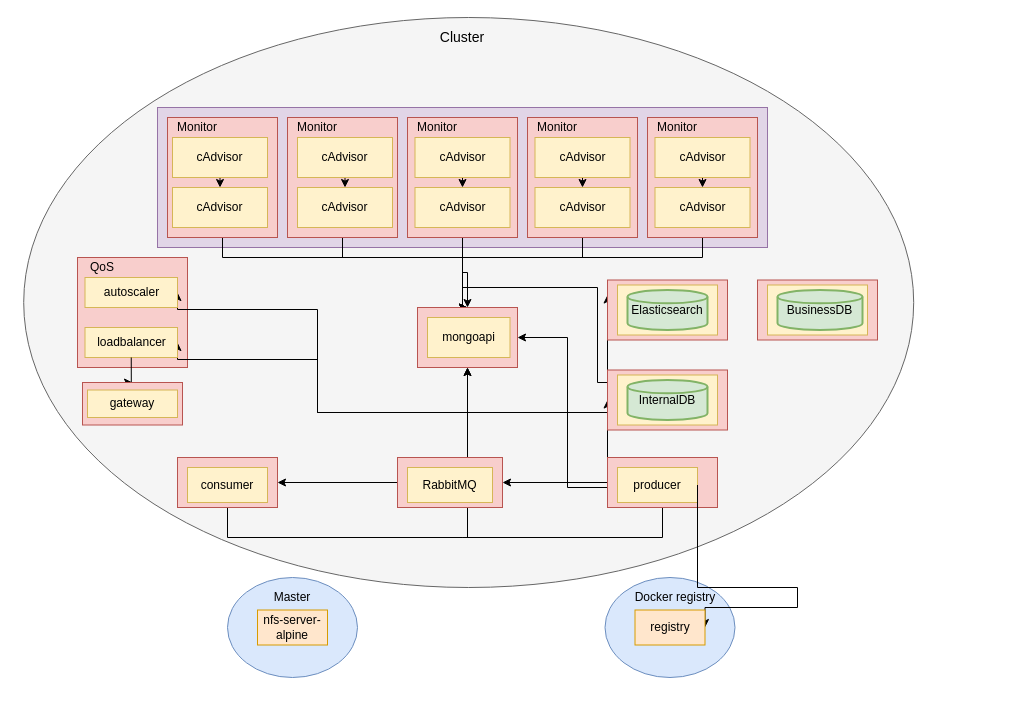
gcd-cloud-research/EQoS keeps this draw.io diagram as InternalServices.drawio. Above is the earlier version. Source tidied: cells renumbered, new cells numbered last; positions are measured from the earlier drawing's top-left corner, leaving out a move shared by most shapes. Both pictures are drawn from the tidied source at 100%, with x=0, y=0 at pixel (23, 17).
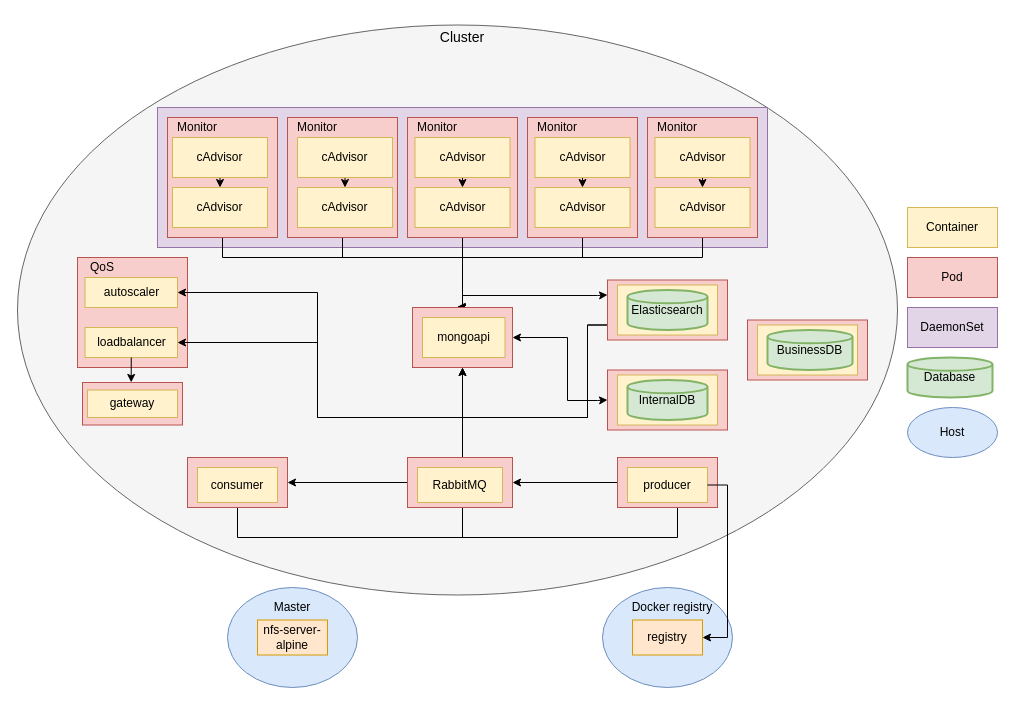
The same page after the edit.

Unchanged cells that the change refers to:
```xml
<mxCell id="6" style="rounded=0;whiteSpace=wrap;html=1;fillColor=#f8cecc;strokeColor=#b85450;" parent="1" vertex="1">
  <mxGeometry x="144" y="100" width="110" height="120" as="geometry" />
</mxCell>
<mxCell id="8" style="rounded=0;whiteSpace=wrap;html=1;fillColor=#f8cecc;strokeColor=#b85450;" parent="1" vertex="1">
  <mxGeometry x="264" y="100" width="110" height="120" as="geometry" />
</mxCell>
<mxCell id="11" style="rounded=0;whiteSpace=wrap;html=1;fillColor=#f8cecc;strokeColor=#b85450;" parent="1" vertex="1">
  <mxGeometry x="384" y="100" width="110" height="120" as="geometry" />
</mxCell>
<mxCell id="13" style="rounded=0;whiteSpace=wrap;html=1;fillColor=#f8cecc;strokeColor=#b85450;" parent="1" vertex="1">
  <mxGeometry x="504" y="100" width="110" height="120" as="geometry" />
</mxCell>
<mxCell id="15" style="rounded=0;whiteSpace=wrap;html=1;fillColor=#f8cecc;strokeColor=#b85450;" parent="1" vertex="1">
  <mxGeometry x="624" y="100" width="110" height="120" as="geometry" />
</mxCell>
<mxCell id="38" value="autoscaler" style="rounded=0;whiteSpace=wrap;html=1;fillColor=#fff2cc;strokeColor=#d6b656;" parent="1" vertex="1">
  <mxGeometry x="61.5" y="260" width="92.5" height="30" as="geometry" />
</mxCell>
<mxCell id="40" value="loadbalancer" style="rounded=0;whiteSpace=wrap;html=1;fillColor=#fff2cc;strokeColor=#d6b656;" parent="1" vertex="1">
  <mxGeometry x="61.5" y="310" width="92.5" height="30" as="geometry" />
</mxCell>
<mxCell id="47" style="rounded=0;whiteSpace=wrap;html=1;fillColor=#f8cecc;strokeColor=#b85450;" parent="1" vertex="1">
  <mxGeometry x="584" y="352.5" width="120" height="60" as="geometry" />
</mxCell>
<mxCell id="50" style="rounded=0;whiteSpace=wrap;html=1;fillColor=#f8cecc;strokeColor=#b85450;" parent="1" vertex="1">
  <mxGeometry x="584" y="262.5" width="120" height="60" as="geometry" />
</mxCell>
<mxCell id="65" style="rounded=0;whiteSpace=wrap;html=1;fillColor=#f8cecc;strokeColor=#b85450;" parent="1" vertex="1">
  <mxGeometry x="59" y="365" width="100" height="42.5" as="geometry" />
</mxCell>
```

What changed in the source:
```diff
@@
     <mxCell id="2" style="ellipse;whiteSpace=wrap;html=1;fillColor=#f5f5f5;strokeColor=#666666;fontColor=#333333;" parent="1" vertex="1">
-      <mxGeometry x="0.2" width="890" height="570" as="geometry" />
+      <mxGeometry x="-6" y="7.5" width="880" height="570" as="geometry" />
     </mxCell>
@@
-    <mxCell id="5" style="edgeStyle=orthogonalEdgeStyle;rounded=0;jettySize=auto;html=1;exitX=0.5;exitY=1;exitDx=0;exitDy=0;entryX=0.5;entryY=0;entryDx=0;entryDy=0;" parent="1" edge="1" source="6" target="45">
+    <mxCell id="5" style="edgeStyle=orthogonalEdgeStyle;rounded=0;jettySize=auto;html=1;exitX=0.5;exitY=1;exitDx=0;exitDy=0;entryX=0.451;entryY=0.001;entryDx=0;entryDy=0;entryPerimeter=0;" parent="1" edge="1" source="6" target="45">
       <mxGeometry relative="1" as="geometry">
         <Array as="points">
           <mxPoint x="199" y="240" />
           <mxPoint x="439" y="240" />
         </Array>
       </mxGeometry>
     </mxCell>
@@
-    <mxCell id="7" style="edgeStyle=orthogonalEdgeStyle;rounded=0;jettySize=auto;html=1;exitX=0.5;exitY=1;exitDx=0;exitDy=0;entryX=0.5;entryY=0;entryDx=0;entryDy=0;" parent="1" edge="1" source="8" target="45">
+    <mxCell id="7" style="edgeStyle=orthogonalEdgeStyle;rounded=0;jettySize=auto;html=1;exitX=0.5;exitY=1;exitDx=0;exitDy=0;entryX=0.45;entryY=0.004;entryDx=0;entryDy=0;entryPerimeter=0;" parent="1" edge="1" source="8" target="45">
       <mxGeometry relative="1" as="geometry">
         <Array as="points">
           <mxPoint x="319" y="240" />
           <mxPoint x="439" y="240" />
         </Array>
       </mxGeometry>
     </mxCell>
@@
-    <mxCell id="9" style="edgeStyle=orthogonalEdgeStyle;rounded=0;jettySize=auto;html=1;exitX=0.5;exitY=1;exitDx=0;exitDy=0;entryX=0.5;entryY=0;entryDx=0;entryDy=0;" parent="1" edge="1" source="11" target="45">
-      <mxGeometry relative="1" as="geometry" />
+    <mxCell id="9" style="edgeStyle=orthogonalEdgeStyle;rounded=0;jettySize=auto;html=1;exitX=0.5;exitY=1;exitDx=0;exitDy=0;entryX=0.451;entryY=0.002;entryDx=0;entryDy=0;entryPerimeter=0;" parent="1" edge="1" source="11" target="45">
+      <mxGeometry relative="1" as="geometry">
+        <Array as="points">
+          <mxPoint x="439" y="290" />
+          <mxPoint x="439" y="290" />
+        </Array>
+      </mxGeometry>
     </mxCell>
     <mxCell id="10" style="edgeStyle=orthogonalEdgeStyle;rounded=0;jettySize=auto;html=1;exitX=0.5;exitY=1;exitDx=0;exitDy=0;entryX=0;entryY=0.25;entryDx=0;entryDy=0;startArrow=none;startFill=0;" parent="1" edge="1" source="11" target="50">
       <mxGeometry relative="1" as="geometry">
         <Array as="points">
-          <mxPoint x="439" y="270" />
-          <mxPoint x="574" y="270" />
-          <mxPoint x="574" y="365" />
+          <mxPoint x="439" y="278" />
+          <mxPoint x="574" y="278" />
         </Array>
       </mxGeometry>
     </mxCell>
@@
-    <mxCell id="12" style="edgeStyle=orthogonalEdgeStyle;rounded=0;jettySize=auto;html=1;exitX=0.5;exitY=1;exitDx=0;exitDy=0;entryX=0.5;entryY=0;entryDx=0;entryDy=0;" parent="1" edge="1" source="13" target="45">
+    <mxCell id="12" style="edgeStyle=orthogonalEdgeStyle;rounded=0;jettySize=auto;html=1;exitX=0.5;exitY=1;exitDx=0;exitDy=0;entryX=0.451;entryY=0.002;entryDx=0;entryDy=0;entryPerimeter=0;" parent="1" edge="1" source="13" target="45">
       <mxGeometry relative="1" as="geometry">
         <Array as="points">
           <mxPoint x="559" y="240" />
           <mxPoint x="439" y="240" />
         </Array>
       </mxGeometry>
     </mxCell>
@@
-    <mxCell id="14" style="edgeStyle=orthogonalEdgeStyle;rounded=0;jettySize=auto;html=1;exitX=0.5;exitY=1;exitDx=0;exitDy=0;entryX=0.5;entryY=0;entryDx=0;entryDy=0;" parent="1" edge="1" source="15" target="45">
+    <mxCell id="14" style="edgeStyle=orthogonalEdgeStyle;rounded=0;jettySize=auto;html=1;exitX=0.5;exitY=1;exitDx=0;exitDy=0;entryX=0.443;entryY=-0.008;entryDx=0;entryDy=0;entryPerimeter=0;" parent="1" edge="1" source="15" target="45">
       <mxGeometry relative="1" as="geometry">
         <Array as="points">
           <mxPoint x="679" y="240" />
           <mxPoint x="439" y="240" />
+          <mxPoint x="439" y="290" />
         </Array>
       </mxGeometry>
     </mxCell>
@@
     <mxCell id="37" style="edgeStyle=orthogonalEdgeStyle;rounded=0;jettySize=auto;html=1;exitX=1;exitY=0.5;exitDx=0;exitDy=0;entryX=0;entryY=0.75;entryDx=0;entryDy=0;startArrow=classic;startFill=1;endArrow=none;endFill=0;" parent="1" edge="1" source="38" target="50">
       <mxGeometry relative="1" as="geometry">
         <Array as="points">
-          <mxPoint x="294" y="292" />
-          <mxPoint x="294" y="395" />
+          <mxPoint x="294" y="275" />
+          <mxPoint x="294" y="400" />
+          <mxPoint x="564" y="400" />
+          <mxPoint x="564" y="308" />
         </Array>
       </mxGeometry>
     </mxCell>
@@
     <mxCell id="39" style="edgeStyle=orthogonalEdgeStyle;rounded=0;jettySize=auto;html=1;exitX=1;exitY=0.5;exitDx=0;exitDy=0;entryX=0;entryY=0.75;entryDx=0;entryDy=0;startArrow=classic;startFill=1;endArrow=none;endFill=0;" parent="1" edge="1" source="40" target="50">
       <mxGeometry relative="1" as="geometry">
         <Array as="points">
-          <mxPoint x="294" y="342" />
-          <mxPoint x="294" y="395" />
+          <mxPoint x="294" y="325" />
+          <mxPoint x="294" y="400" />
+          <mxPoint x="564" y="400" />
+          <mxPoint x="564" y="308" />
         </Array>
       </mxGeometry>
     </mxCell>
@@
     <mxCell id="42" style="edgeStyle=orthogonalEdgeStyle;rounded=0;jettySize=auto;html=1;exitX=1;exitY=0.5;exitDx=0;exitDy=0;entryX=0;entryY=0.5;entryDx=0;entryDy=0;startArrow=classic;startFill=1;" parent="1" edge="1" source="45" target="47">
       <mxGeometry relative="1" as="geometry">
         <Array as="points">
           <mxPoint x="544" y="320" />
-          <mxPoint x="544" y="470" />
+          <mxPoint x="544" y="383" />
+          <mxPoint x="574" y="383" />
         </Array>
       </mxGeometry>
     </mxCell>
@@
     <mxCell id="45" style="rounded=0;whiteSpace=wrap;html=1;fillColor=#f8cecc;strokeColor=#b85450;" parent="1" vertex="1">
-      <mxGeometry x="394" y="290" width="100" height="60" as="geometry" />
+      <mxGeometry x="389" y="290" width="100" height="60" as="geometry" />
     </mxCell>
     <mxCell id="46" value="mongoapi" style="rounded=0;whiteSpace=wrap;html=1;fillColor=#fff2cc;strokeColor=#d6b656;" parent="1" vertex="1">
-      <mxGeometry x="404" y="300" width="82.5" height="40" as="geometry" />
+      <mxGeometry x="399" y="300" width="82.5" height="40" as="geometry" />
     </mxCell>
@@
     <mxCell id="53" style="rounded=0;whiteSpace=wrap;html=1;fillColor=#f8cecc;strokeColor=#b85450;" parent="1" vertex="1">
-      <mxGeometry x="734" y="262.5" width="120" height="60" as="geometry" />
+      <mxGeometry x="724" y="302.5" width="120" height="60" as="geometry" />
     </mxCell>
     <mxCell id="54" style="rounded=0;whiteSpace=wrap;html=1;fillColor=#fff2cc;strokeColor=#d6b656;" parent="1" vertex="1">
-      <mxGeometry x="744" y="267.5" width="100" height="50" as="geometry" />
+      <mxGeometry x="734" y="307.5" width="100" height="50" as="geometry" />
     </mxCell>
     <mxCell id="55" value="&lt;div&gt;BusinessDB&lt;/div&gt;" style="strokeWidth=2;html=1;shape=mxgraph.flowchart.database;whiteSpace=wrap;fillColor=#d5e8d4;strokeColor=#82b366;" parent="1" vertex="1">
-      <mxGeometry x="754" y="272.5" width="85" height="40" as="geometry" />
+      <mxGeometry x="744" y="312.5" width="85" height="40" as="geometry" />
     </mxCell>
     <mxCell id="56" style="rounded=0;whiteSpace=wrap;html=1;fillColor=#f8cecc;strokeColor=#b85450;" parent="1" vertex="1">
-      <mxGeometry x="154" y="440" width="100" height="50" as="geometry" />
+      <mxGeometry x="164" y="440" width="100" height="50" as="geometry" />
     </mxCell>
     <mxCell id="57" value="consumer" style="rounded=0;whiteSpace=wrap;html=1;fillColor=#fff2cc;strokeColor=#d6b656;" parent="1" vertex="1">
-      <mxGeometry x="164" y="450" width="80" height="35" as="geometry" />
+      <mxGeometry x="174" y="450" width="80" height="35" as="geometry" />
     </mxCell>
@@
     <mxCell id="60" style="rounded=0;whiteSpace=wrap;html=1;fillColor=#f8cecc;strokeColor=#b85450;" parent="1" vertex="1">
-      <mxGeometry x="374" y="440" width="105" height="50" as="geometry" />
+      <mxGeometry x="384" y="440" width="105" height="50" as="geometry" />
     </mxCell>
     <mxCell id="61" value="RabbitMQ" style="rounded=0;whiteSpace=wrap;html=1;fillColor=#fff2cc;strokeColor=#d6b656;" parent="1" vertex="1">
-      <mxGeometry x="384" y="450" width="85" height="35" as="geometry" />
+      <mxGeometry x="394" y="450" width="85" height="35" as="geometry" />
     </mxCell>
     <mxCell id="62" style="rounded=0;whiteSpace=wrap;html=1;fillColor=#f8cecc;strokeColor=#b85450;" parent="1" vertex="1">
-      <mxGeometry x="584" y="440" width="110" height="50" as="geometry" />
+      <mxGeometry x="594" y="440" width="100" height="50" as="geometry" />
     </mxCell>
     <mxCell id="63" value="&lt;div&gt;producer&lt;/div&gt;" style="rounded=0;whiteSpace=wrap;html=1;fillColor=#fff2cc;strokeColor=#d6b656;" parent="1" vertex="1">
-      <mxGeometry x="594" y="450" width="80" height="35" as="geometry" />
+      <mxGeometry x="604" y="450" width="80" height="35" as="geometry" />
     </mxCell>
-    <mxCell id="64" style="edgeStyle=orthogonalEdgeStyle;rounded=0;jettySize=auto;html=1;exitX=0.5;exitY=0;exitDx=0;exitDy=0;entryX=0.5;entryY=1;entryDx=0;entryDy=0;startArrow=classic;startFill=1;endArrow=none;endFill=0;" parent="1" edge="1" source="65" target="40">
+    <mxCell id="64" style="edgeStyle=orthogonalEdgeStyle;rounded=0;jettySize=auto;html=1;exitX=0.487;exitY=-0.002;exitDx=0;exitDy=0;entryX=0.5;entryY=1;entryDx=0;entryDy=0;startArrow=classic;startFill=1;endArrow=none;endFill=0;exitPerimeter=0;" parent="1" edge="1" source="65" target="40">
       <mxGeometry relative="1" as="geometry" />
     </mxCell>
@@
     <mxCell id="67" style="ellipse;whiteSpace=wrap;html=1;fillColor=#dae8fc;strokeColor=#6c8ebf;" parent="1" vertex="1">
-      <mxGeometry x="581.5" y="560" width="130" height="100" as="geometry" />
+      <mxGeometry x="579" y="570" width="130" height="100" as="geometry" />
     </mxCell>
     <mxCell id="68" style="edgeStyle=orthogonalEdgeStyle;rounded=0;jettySize=auto;html=1;exitX=1;exitY=0.5;exitDx=0;exitDy=0;entryX=1;entryY=0.5;entryDx=0;entryDy=0;startArrow=classic;startFill=1;endArrow=none;endFill=0;" parent="1" edge="1" source="69" target="63">
       <mxGeometry relative="1" as="geometry">
         <Array as="points">
-          <mxPoint x="682" y="590" />
-          <mxPoint x="774" y="590" />
-          <mxPoint x="774" y="570" />
-          <mxPoint x="674" y="570" />
+          <mxPoint x="704" y="620" />
+          <mxPoint x="704" y="468" />
         </Array>
       </mxGeometry>
     </mxCell>
     <mxCell id="69" value="registry" style="rounded=0;whiteSpace=wrap;html=1;fillColor=#ffe6cc;strokeColor=#d79b00;" parent="1" vertex="1">
-      <mxGeometry x="611.5" y="592.5" width="70" height="35" as="geometry" />
+      <mxGeometry x="609" y="602.5" width="70" height="35" as="geometry" />
     </mxCell>
     <mxCell id="70" value="Docker registry" style="text;html=1;strokeColor=none;fillColor=none;align=center;verticalAlign=middle;whiteSpace=wrap;rounded=0;" parent="1" vertex="1">
-      <mxGeometry x="596.5" y="570" width="110" height="20" as="geometry" />
+      <mxGeometry x="594" y="580" width="110" height="20" as="geometry" />
     </mxCell>
     <mxCell id="71" style="ellipse;whiteSpace=wrap;html=1;fillColor=#dae8fc;strokeColor=#6c8ebf;" parent="1" vertex="1">
-      <mxGeometry x="204" y="560" width="130" height="100" as="geometry" />
+      <mxGeometry x="204" y="570" width="130" height="100" as="geometry" />
     </mxCell>
     <mxCell id="72" value="nfs-server-alpine" style="rounded=0;whiteSpace=wrap;html=1;fillColor=#ffe6cc;strokeColor=#d79b00;" parent="1" vertex="1">
-      <mxGeometry x="234" y="592.5" width="70" height="35" as="geometry" />
+      <mxGeometry x="234" y="602.5" width="70" height="35" as="geometry" />
     </mxCell>
     <mxCell id="73" value="Master" style="text;html=1;strokeColor=none;fillColor=none;align=center;verticalAlign=middle;whiteSpace=wrap;rounded=0;" parent="1" vertex="1">
-      <mxGeometry x="214" y="570" width="110" height="20" as="geometry" />
+      <mxGeometry x="214" y="580" width="110" height="20" as="geometry" />
     </mxCell>
+    <mxCell id="74" value="Container" style="rounded=0;whiteSpace=wrap;html=1;fillColor=#fff2cc;strokeColor=#d6b656;" parent="1" vertex="1">
+      <mxGeometry x="884" y="190" width="90" height="40" as="geometry" />
+    </mxCell>
+    <mxCell id="75" value="&lt;div&gt;DaemonSet&lt;/div&gt;" style="rounded=0;whiteSpace=wrap;html=1;fillColor=#e1d5e7;strokeColor=#9673a6;" parent="1" vertex="1">
+      <mxGeometry x="884" y="290" width="90" height="40" as="geometry" />
+    </mxCell>
+    <mxCell id="76" value="Pod" style="rounded=0;whiteSpace=wrap;html=1;fillColor=#f8cecc;strokeColor=#b85450;" parent="1" vertex="1">
+      <mxGeometry x="884" y="240" width="90" height="40" as="geometry" />
+    </mxCell>
+    <mxCell id="77" value="&lt;div&gt;Host&lt;/div&gt;" style="ellipse;whiteSpace=wrap;html=1;fillColor=#dae8fc;strokeColor=#6c8ebf;" parent="1" vertex="1">
+      <mxGeometry x="884" y="390" width="90" height="50" as="geometry" />
+    </mxCell>
+    <mxCell id="78" value="&lt;div&gt;Database&lt;/div&gt;" style="strokeWidth=2;html=1;shape=mxgraph.flowchart.database;whiteSpace=wrap;fillColor=#d5e8d4;strokeColor=#82b366;" parent="1" vertex="1">
+      <mxGeometry x="884" y="340" width="85" height="40" as="geometry" />
+    </mxCell>
```
